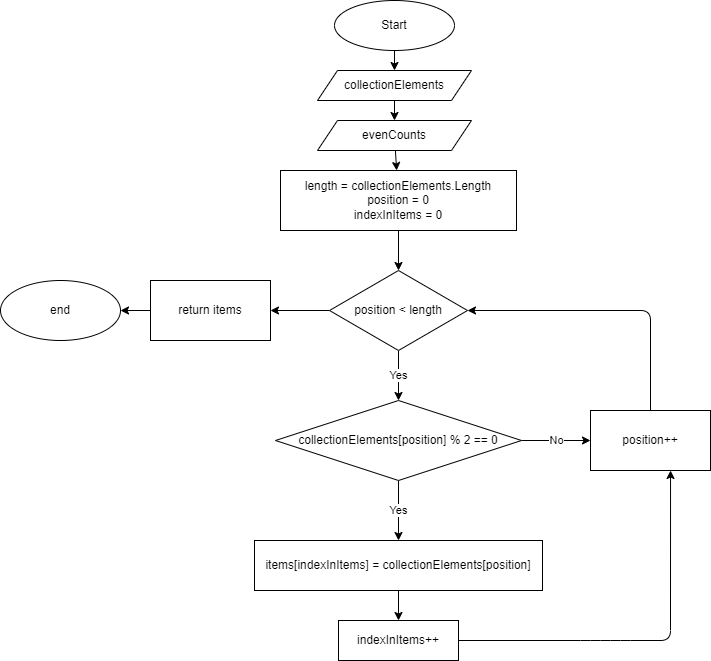
Before: Homework/hometask003/.drawio.png, a diagram exported from draw.io (Ane4kaErm/Homework). Source tidied: cells renumbered, new cells last; positions are measured from the earlier drawing's top-left corner, leaving out a move shared by most shapes.
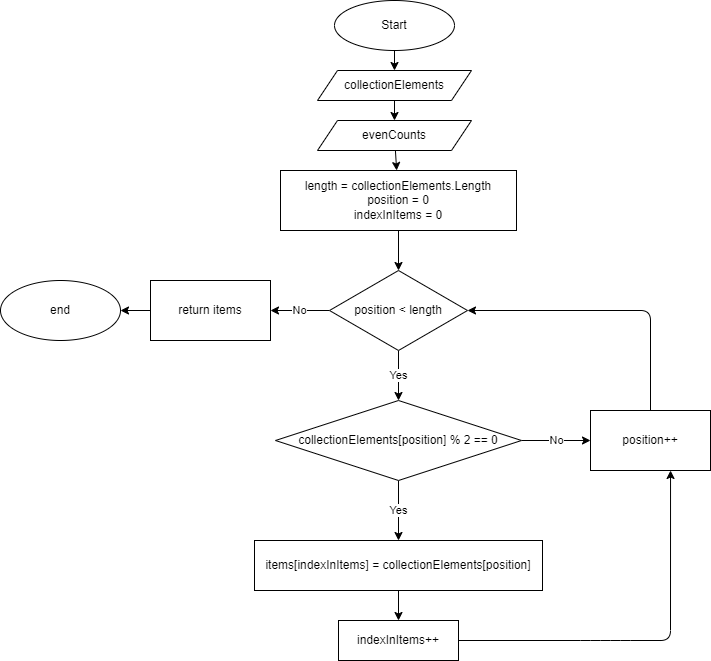
After the change.

What changed in the source:
```diff
@@ -29,7 +29,7 @@
     <mxCell id="10" value="Yes" style="edgeStyle=none;html=1;" parent="1" edge="1" source="12" target="21">
       <mxGeometry relative="1" as="geometry" />
     </mxCell>
-    <mxCell id="11" style="edgeStyle=none;html=1;" parent="1" edge="1" source="12" target="23">
+    <mxCell id="11" value="No" style="edgeStyle=none;html=1;" parent="1" edge="1" source="12" target="23">
       <mxGeometry relative="1" as="geometry" />
     </mxCell>
     <mxCell id="12" value="position &amp;lt; length" style="rhombus;whiteSpace=wrap;html=1;" parent="1" vertex="1">
```
